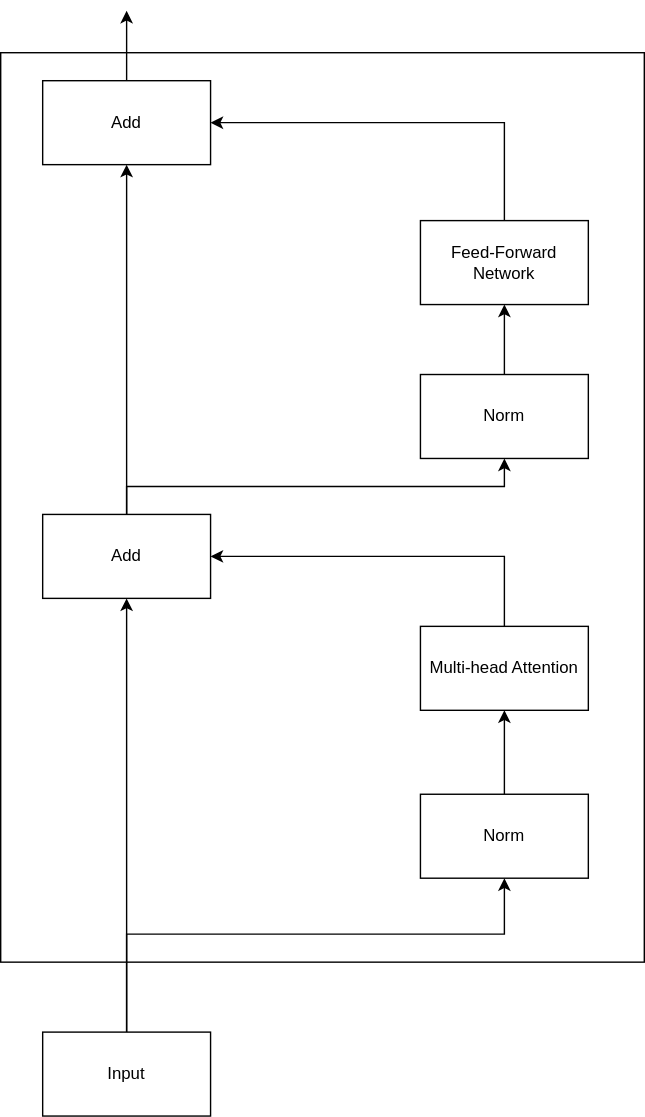
This is assets/images/block.svg from NavneetKanna/blog, a draw.io export, as it was before one commit. Source tidied: cells renumbered, new cells last; positions are measured from the earlier drawing's top-left corner, leaving out a move shared by most shapes.
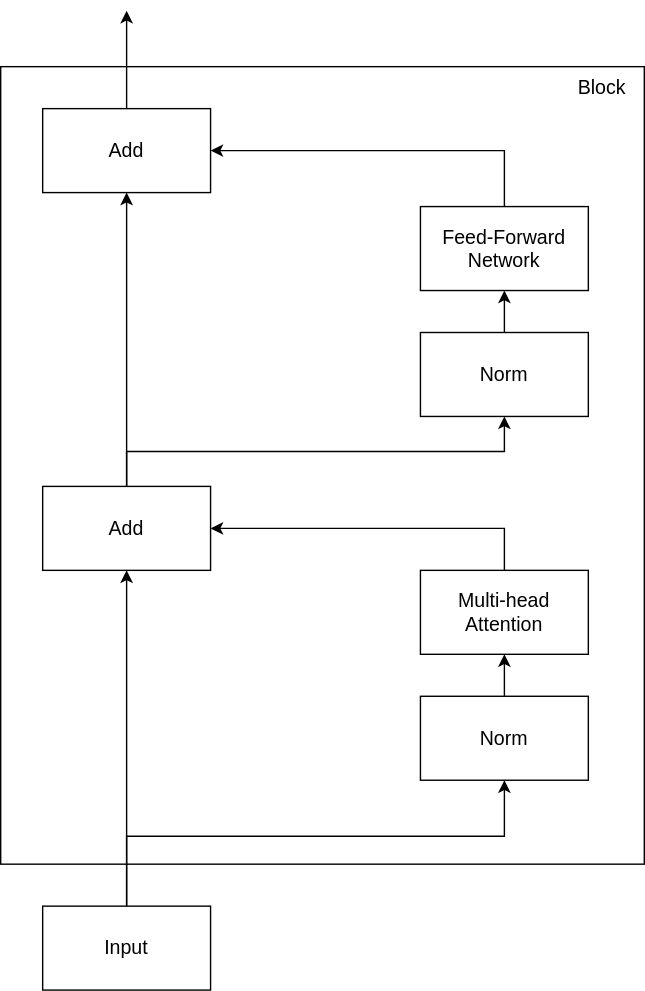
Above is the later version.

The edit, as a diff of the source:
```diff
@@ -2,31 +2,31 @@
   <root>
     <mxCell id="0" />
     <mxCell id="1" parent="0" />
-    <mxCell id="2" style="whiteSpace=wrap;html=1;" parent="1" vertex="1">
-      <mxGeometry y="30" width="460" height="650" as="geometry" />
+    <mxCell id="2" style="whiteSpace=wrap;html=1;fontSize=14;" parent="1" vertex="1">
+      <mxGeometry y="110" width="460" height="570" as="geometry" />
     </mxCell>
-    <mxCell id="3" style="edgeStyle=orthogonalEdgeStyle;rounded=0;jettySize=auto;html=1;exitX=0.5;exitY=0;exitDx=0;exitDy=0;entryX=0.5;entryY=1;entryDx=0;entryDy=0;" parent="1" edge="1" source="4" target="6">
+    <mxCell id="3" style="edgeStyle=orthogonalEdgeStyle;rounded=0;jettySize=auto;html=1;exitX=0.5;exitY=0;exitDx=0;exitDy=0;entryX=0.5;entryY=1;entryDx=0;entryDy=0;fontSize=14;" parent="1" edge="1" source="4" target="6">
       <mxGeometry relative="1" as="geometry" />
     </mxCell>
-    <mxCell id="4" value="&lt;div&gt;Norm&lt;/div&gt;" style="rounded=0;whiteSpace=wrap;html=1;" parent="1" vertex="1">
+    <mxCell id="4" value="&lt;div&gt;Norm&lt;/div&gt;" style="rounded=0;whiteSpace=wrap;html=1;fontSize=14;" parent="1" vertex="1">
       <mxGeometry x="300" y="560" width="120" height="60" as="geometry" />
     </mxCell>
-    <mxCell id="5" style="edgeStyle=orthogonalEdgeStyle;rounded=0;jettySize=auto;html=1;exitX=0.5;exitY=0;exitDx=0;exitDy=0;entryX=1;entryY=0.5;entryDx=0;entryDy=0;" parent="1" edge="1" source="6" target="9">
+    <mxCell id="5" style="edgeStyle=orthogonalEdgeStyle;rounded=0;jettySize=auto;html=1;exitX=0.5;exitY=0;exitDx=0;exitDy=0;entryX=1;entryY=0.5;entryDx=0;entryDy=0;fontSize=14;" parent="1" edge="1" source="6" target="9">
       <mxGeometry relative="1" as="geometry" />
     </mxCell>
-    <mxCell id="6" value="Multi-head Attention" style="rounded=0;whiteSpace=wrap;html=1;" parent="1" vertex="1">
-      <mxGeometry x="300" y="440" width="120" height="60" as="geometry" />
+    <mxCell id="6" value="Multi-head Attention" style="rounded=0;whiteSpace=wrap;html=1;fontSize=14;" parent="1" vertex="1">
+      <mxGeometry x="300" y="470" width="120" height="60" as="geometry" />
     </mxCell>
-    <mxCell id="7" style="edgeStyle=orthogonalEdgeStyle;rounded=0;jettySize=auto;html=1;exitX=0.5;exitY=0;exitDx=0;exitDy=0;entryX=0.5;entryY=1;entryDx=0;entryDy=0;" parent="1" edge="1" source="9" target="14">
+    <mxCell id="7" style="edgeStyle=orthogonalEdgeStyle;rounded=0;jettySize=auto;html=1;exitX=0.5;exitY=0;exitDx=0;exitDy=0;entryX=0.5;entryY=1;entryDx=0;entryDy=0;fontSize=14;" parent="1" edge="1" source="9" target="14">
       <mxGeometry relative="1" as="geometry" />
     </mxCell>
-    <mxCell id="8" style="edgeStyle=orthogonalEdgeStyle;rounded=0;jettySize=auto;html=1;exitX=0.5;exitY=0;exitDx=0;exitDy=0;entryX=0.5;entryY=1;entryDx=0;entryDy=0;" parent="1" edge="1" source="9" target="18">
+    <mxCell id="8" style="edgeStyle=orthogonalEdgeStyle;rounded=0;jettySize=auto;html=1;exitX=0.5;exitY=0;exitDx=0;exitDy=0;entryX=0.5;entryY=1;entryDx=0;entryDy=0;fontSize=14;" parent="1" edge="1" source="9" target="18">
       <mxGeometry relative="1" as="geometry" />
     </mxCell>
-    <mxCell id="9" value="Add" style="rounded=0;whiteSpace=wrap;html=1;" parent="1" vertex="1">
-      <mxGeometry x="30" y="360" width="120" height="60" as="geometry" />
+    <mxCell id="9" value="Add" style="rounded=0;whiteSpace=wrap;html=1;fontSize=14;" parent="1" vertex="1">
+      <mxGeometry x="30" y="410" width="120" height="60" as="geometry" />
     </mxCell>
-    <mxCell id="10" style="edgeStyle=orthogonalEdgeStyle;rounded=0;jettySize=auto;html=1;exitX=0.5;exitY=0;exitDx=0;exitDy=0;entryX=0.5;entryY=1;entryDx=0;entryDy=0;" parent="1" edge="1" source="12" target="4">
+    <mxCell id="10" style="edgeStyle=orthogonalEdgeStyle;rounded=0;jettySize=auto;html=1;exitX=0.5;exitY=0;exitDx=0;exitDy=0;entryX=0.5;entryY=1;entryDx=0;entryDy=0;fontSize=14;" parent="1" edge="1" source="12" target="4">
       <mxGeometry relative="1" as="geometry">
         <Array as="points">
           <mxPoint x="90" y="660" />
@@ -34,31 +34,34 @@
         </Array>
       </mxGeometry>
     </mxCell>
-    <mxCell id="11" style="edgeStyle=orthogonalEdgeStyle;rounded=0;jettySize=auto;html=1;exitX=0.5;exitY=0;exitDx=0;exitDy=0;entryX=0.5;entryY=1;entryDx=0;entryDy=0;" parent="1" edge="1" source="12" target="9">
+    <mxCell id="11" style="edgeStyle=orthogonalEdgeStyle;rounded=0;jettySize=auto;html=1;exitX=0.5;exitY=0;exitDx=0;exitDy=0;entryX=0.5;entryY=1;entryDx=0;entryDy=0;fontSize=14;" parent="1" edge="1" source="12" target="9">
       <mxGeometry relative="1" as="geometry" />
     </mxCell>
-    <mxCell id="12" value="Input" style="rounded=0;whiteSpace=wrap;html=1;" parent="1" vertex="1">
-      <mxGeometry x="30" y="730" width="120" height="60" as="geometry" />
+    <mxCell id="12" value="Input" style="rounded=0;whiteSpace=wrap;html=1;fontSize=14;" parent="1" vertex="1">
+      <mxGeometry x="30" y="710" width="120" height="60" as="geometry" />
     </mxCell>
-    <mxCell id="13" style="edgeStyle=orthogonalEdgeStyle;rounded=0;jettySize=auto;html=1;exitX=0.5;exitY=0;exitDx=0;exitDy=0;entryX=0.5;entryY=1;entryDx=0;entryDy=0;" parent="1" edge="1" source="14" target="16">
+    <mxCell id="13" style="edgeStyle=orthogonalEdgeStyle;rounded=0;jettySize=auto;html=1;exitX=0.5;exitY=0;exitDx=0;exitDy=0;entryX=0.5;entryY=1;entryDx=0;entryDy=0;fontSize=14;" parent="1" edge="1" source="14" target="16">
       <mxGeometry relative="1" as="geometry" />
     </mxCell>
-    <mxCell id="14" value="Norm" style="rounded=0;whiteSpace=wrap;html=1;" parent="1" vertex="1">
-      <mxGeometry x="300" y="260" width="120" height="60" as="geometry" />
+    <mxCell id="14" value="Norm" style="rounded=0;whiteSpace=wrap;html=1;fontSize=14;" parent="1" vertex="1">
+      <mxGeometry x="300" y="300" width="120" height="60" as="geometry" />
     </mxCell>
-    <mxCell id="15" style="edgeStyle=orthogonalEdgeStyle;rounded=0;jettySize=auto;html=1;exitX=0.5;exitY=0;exitDx=0;exitDy=0;entryX=1;entryY=0.5;entryDx=0;entryDy=0;" parent="1" edge="1" source="16" target="18">
+    <mxCell id="15" style="edgeStyle=orthogonalEdgeStyle;rounded=0;jettySize=auto;html=1;exitX=0.5;exitY=0;exitDx=0;exitDy=0;entryX=1;entryY=0.5;entryDx=0;entryDy=0;fontSize=14;" parent="1" edge="1" source="16" target="18">
       <mxGeometry relative="1" as="geometry" />
     </mxCell>
-    <mxCell id="16" value="&lt;div&gt;Feed-Forward&lt;/div&gt;&lt;div&gt;Network&lt;/div&gt;" style="rounded=0;whiteSpace=wrap;html=1;" parent="1" vertex="1">
-      <mxGeometry x="300" y="150" width="120" height="60" as="geometry" />
+    <mxCell id="16" value="&lt;div&gt;Feed-Forward&lt;/div&gt;&lt;div&gt;Network&lt;/div&gt;" style="rounded=0;whiteSpace=wrap;html=1;fontSize=14;" parent="1" vertex="1">
+      <mxGeometry x="300" y="210" width="120" height="60" as="geometry" />
     </mxCell>
-    <mxCell id="17" style="edgeStyle=orthogonalEdgeStyle;rounded=0;jettySize=auto;html=1;exitX=0.5;exitY=0;exitDx=0;exitDy=0;" parent="1" edge="1" source="18">
+    <mxCell id="17" style="edgeStyle=orthogonalEdgeStyle;rounded=0;jettySize=auto;html=1;exitX=0.5;exitY=0;exitDx=0;exitDy=0;fontSize=15;" parent="1" edge="1" source="18">
       <mxGeometry relative="1" as="geometry">
-        <mxPoint x="90" as="targetPoint" />
+        <mxPoint x="90" y="70" as="targetPoint" />
       </mxGeometry>
     </mxCell>
-    <mxCell id="18" value="Add" style="rounded=0;whiteSpace=wrap;html=1;" parent="1" vertex="1">
-      <mxGeometry x="30" y="50" width="120" height="60" as="geometry" />
+    <mxCell id="18" value="Add" style="rounded=0;whiteSpace=wrap;html=1;fontSize=14;" parent="1" vertex="1">
+      <mxGeometry x="30" y="140" width="120" height="60" as="geometry" />
     </mxCell>
+    <mxCell id="19" value="Block" style="text;html=1;align=center;verticalAlign=middle;whiteSpace=wrap;rounded=0;fontSize=14;" parent="1" vertex="1">
+      <mxGeometry x="400" y="110" width="60" height="30" as="geometry" />
+    </mxCell>
   </root>
 </mxGraphModel>
```
